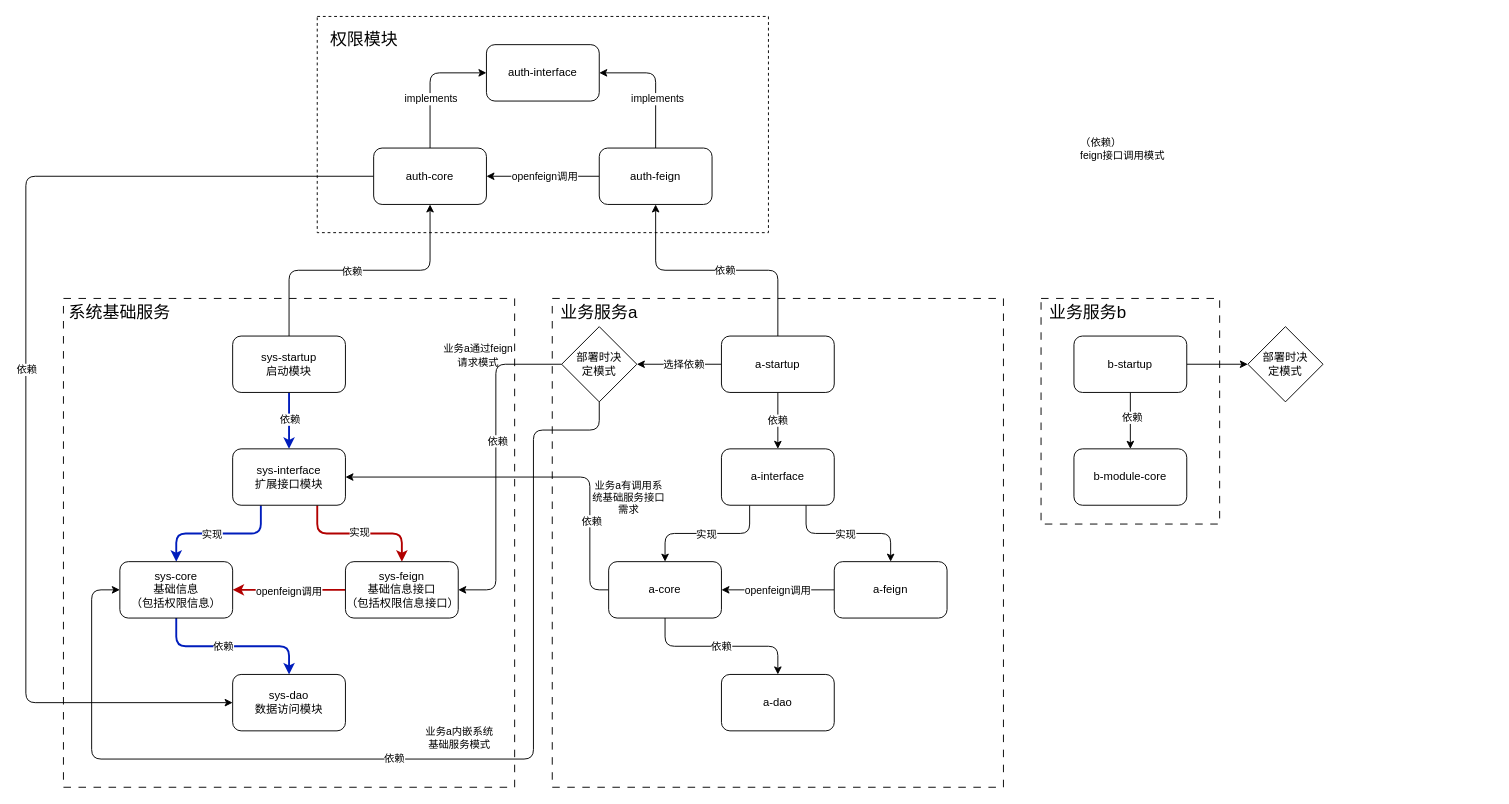
Above: 服务模块设计/模块设计图.drawio in codeyunze/drawio (draw.io), before the change. Source tidied: cells renumbered, new cells numbered last; positions are measured from the earlier drawing's top-left corner, leaving out a move shared by most shapes. Both pictures are drawn from the tidied source at 94%, with x=0, y=0 at pixel (25, 16).
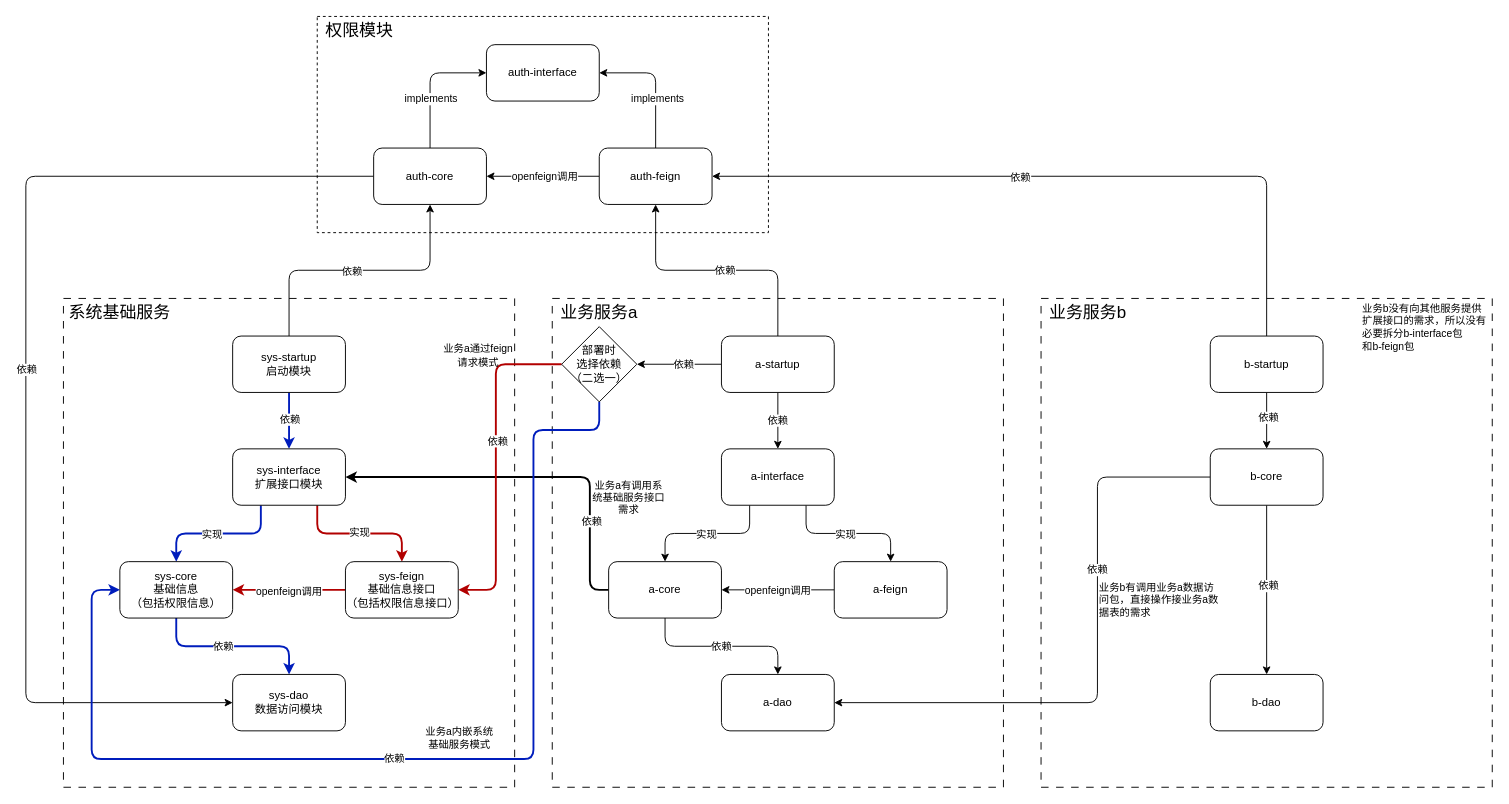
After the change.

Commit message (it also covers changes not shown here):
更新模块设计图.drawio

Unchanged cells that the change refers to:
```xml
<mxCell id="16" value="&lt;span style=&quot;background-color: transparent; color: light-dark(rgb(0, 0, 0), rgb(255, 255, 255));&quot;&gt;auth-feign&lt;/span&gt;" style="rounded=1;whiteSpace=wrap;html=1;" parent="1" vertex="1">
  <mxGeometry x="610" y="140" width="120" height="60" as="geometry" />
</mxCell>
<mxCell id="25" style="edgeStyle=orthogonalEdgeStyle;rounded=0;jettySize=auto;html=1;exitX=0;exitY=0.5;exitDx=0;exitDy=0;entryX=1;entryY=0.5;entryDx=0;entryDy=0;" parent="1" edge="1" source="27" target="70">
  <mxGeometry relative="1" as="geometry" />
</mxCell>
<mxCell id="32" value="sys&lt;span style=&quot;background-color: transparent; color: light-dark(rgb(0, 0, 0), rgb(255, 255, 255));&quot;&gt;-interface&lt;/span&gt;&lt;div&gt;扩展接口模块&lt;/div&gt;" style="rounded=1;whiteSpace=wrap;html=1;" parent="1" vertex="1">
  <mxGeometry x="220" y="460" width="120" height="60" as="geometry" />
</mxCell>
<mxCell id="38" value="&lt;span style=&quot;background-color: transparent; color: light-dark(rgb(0, 0, 0), rgb(255, 255, 255));&quot;&gt;a-core&lt;/span&gt;" style="rounded=1;whiteSpace=wrap;html=1;" parent="1" vertex="1">
  <mxGeometry x="620" y="580" width="120" height="60" as="geometry" />
</mxCell>
<mxCell id="59" value="sys&lt;span style=&quot;color: light-dark(rgb(0, 0, 0), rgb(255, 255, 255)); background-color: transparent;&quot;&gt;-core&lt;br&gt;&lt;/span&gt;&lt;span style=&quot;color: light-dark(rgb(0, 0, 0), rgb(255, 255, 255)); background-color: transparent;&quot;&gt;基础信息&lt;/span&gt;&lt;div&gt;&lt;span style=&quot;color: light-dark(rgb(0, 0, 0), rgb(255, 255, 255)); background-color: transparent;&quot;&gt;（包括权限信息）&lt;/span&gt;&lt;/div&gt;" style="rounded=1;whiteSpace=wrap;html=1;" parent="1" vertex="1">
  <mxGeometry x="100" y="580" width="120" height="60" as="geometry" />
</mxCell>
<mxCell id="62" value="sys&lt;span style=&quot;color: light-dark(rgb(0, 0, 0), rgb(255, 255, 255)); background-color: transparent;&quot;&gt;-feign&lt;br&gt;&lt;/span&gt;&lt;span style=&quot;color: light-dark(rgb(0, 0, 0), rgb(255, 255, 255)); background-color: transparent;&quot;&gt;基础信息接口&lt;/span&gt;&lt;div&gt;&lt;span style=&quot;color: light-dark(rgb(0, 0, 0), rgb(255, 255, 255)); background-color: transparent;&quot;&gt;（包括权限信息接口）&lt;/span&gt;&lt;/div&gt;" style="rounded=1;whiteSpace=wrap;html=1;" parent="1" vertex="1">
  <mxGeometry x="340" y="580" width="120" height="60" as="geometry" />
</mxCell>
<mxCell id="64" value="&lt;span style=&quot;background-color: transparent; color: light-dark(rgb(0, 0, 0), rgb(255, 255, 255));&quot;&gt;a-dao&lt;/span&gt;" style="rounded=1;whiteSpace=wrap;html=1;" parent="1" vertex="1">
  <mxGeometry x="740" y="700" width="120" height="60" as="geometry" />
</mxCell>
```

Diff of the diagram source:
```diff
@@
+    <mxCell id="73" style="rounded=0;whiteSpace=wrap;html=1;dashed=1;dashPattern=8 8;" parent="1" vertex="1">
+      <mxGeometry x="1080" y="300" width="480" height="520" as="geometry" />
+    </mxCell>
@@
-    <mxCell id="3" style="rounded=0;whiteSpace=wrap;html=1;dashed=1;dashPattern=8 8;" parent="1" vertex="1">
-      <mxGeometry x="1080" y="300" width="190" height="240" as="geometry" />
-    </mxCell>
@@
-    <mxCell id="26" value="选择依赖" style="edgeLabel;html=1;align=center;verticalAlign=middle;" parent="25" vertex="1">
+    <mxCell id="26" value="依赖" style="edgeLabel;html=1;align=center;verticalAlign=middle;" parent="25" vertex="1">
       <mxGeometry x="-0.09" y="-1" relative="1" as="geometry" />
     </mxCell>
@@
-    <mxCell id="35" style="edgeStyle=orthogonalEdgeStyle;rounded=1;jettySize=auto;html=1;exitX=0;exitY=0.5;exitDx=0;exitDy=0;entryX=1;entryY=0.5;entryDx=0;entryDy=0;curved=0;" parent="1" edge="1" source="38" target="32">
+    <mxCell id="35" style="edgeStyle=orthogonalEdgeStyle;rounded=1;jettySize=auto;html=1;exitX=0;exitY=0.5;exitDx=0;exitDy=0;entryX=1;entryY=0.5;entryDx=0;entryDy=0;curved=0;strokeWidth=2;" parent="1" edge="1" source="38" target="32">
       <mxGeometry relative="1" as="geometry">
         <Array as="points">
           <mxPoint x="600" y="610" />
           <mxPoint x="600" y="490" />
         </Array>
       </mxGeometry>
     </mxCell>
@@
+    <mxCell id="74" style="edgeStyle=orthogonalEdgeStyle;rounded=1;jettySize=auto;html=1;exitX=0.5;exitY=0;exitDx=0;exitDy=0;entryX=1;entryY=0.5;entryDx=0;entryDy=0;curved=0;" parent="1" edge="1" source="50" target="16">
+      <mxGeometry relative="1" as="geometry" />
+    </mxCell>
+    <mxCell id="75" value="依赖" style="edgeLabel;html=1;align=center;verticalAlign=middle;" parent="74" vertex="1">
+      <mxGeometry x="0.14" y="1" relative="1" as="geometry" />
+    </mxCell>
-    <mxCell id="47" style="edgeStyle=orthogonalEdgeStyle;rounded=0;jettySize=auto;html=1;exitX=0.5;exitY=1;exitDx=0;exitDy=0;entryX=0.5;entryY=0;entryDx=0;entryDy=0;" parent="1" edge="1" source="50" target="55">
+    <mxCell id="47" style="edgeStyle=orthogonalEdgeStyle;rounded=0;jettySize=auto;html=1;exitX=0.5;exitY=1;exitDx=0;exitDy=0;" parent="1" edge="1" source="50" target="55">
       <mxGeometry relative="1" as="geometry" />
     </mxCell>
-    <mxCell id="48" value="依赖" style="edgeLabel;html=1;align=center;verticalAlign=middle;" parent="47" vertex="1">
-      <mxGeometry x="-0.13" y="1" relative="1" as="geometry" />
-    </mxCell>
-    <mxCell id="49" style="edgeStyle=orthogonalEdgeStyle;rounded=0;jettySize=auto;html=1;exitX=1;exitY=0.5;exitDx=0;exitDy=0;entryX=0;entryY=0.5;entryDx=0;entryDy=0;" parent="1" edge="1" source="50" target="51">
-      <mxGeometry relative="1" as="geometry" />
-    </mxCell>
+    <mxCell id="76" value="依赖" style="edgeLabel;html=1;align=center;verticalAlign=middle;" parent="47" vertex="1">
+      <mxGeometry x="-0.13" y="1" relative="1" as="geometry" />
+    </mxCell>
     <mxCell id="50" value="&lt;span style=&quot;background-color: transparent; color: light-dark(rgb(0, 0, 0), rgb(255, 255, 255));&quot;&gt;b-startup&lt;/span&gt;" style="rounded=1;whiteSpace=wrap;html=1;" parent="1" vertex="1">
-      <mxGeometry x="1115" y="340" width="120" height="60" as="geometry" />
+      <mxGeometry x="1260" y="340" width="120" height="60" as="geometry" />
     </mxCell>
-    <mxCell id="51" value="部署时决&lt;div&gt;定模式&lt;/div&gt;" style="rhombus;whiteSpace=wrap;html=1;" parent="1" vertex="1">
-      <mxGeometry x="1300" y="330" width="80" height="80" as="geometry" />
-    </mxCell>
     <mxCell id="52" value="&lt;font style=&quot;font-size: 18px;&quot;&gt;权限模块&lt;/font&gt;" style="text;html=1;align=center;verticalAlign=middle;whiteSpace=wrap;rounded=0;" parent="1" vertex="1">
-      <mxGeometry x="320" y="10" width="80" height="30" as="geometry" />
+      <mxGeometry x="310" width="90" height="30" as="geometry" />
     </mxCell>
@@
+    <mxCell id="77" style="edgeStyle=orthogonalEdgeStyle;rounded=1;jettySize=auto;html=1;exitX=0;exitY=0.5;exitDx=0;exitDy=0;entryX=1;entryY=0.5;entryDx=0;entryDy=0;curved=0;" parent="1" edge="1" source="55" target="64">
+      <mxGeometry relative="1" as="geometry">
+        <Array as="points">
+          <mxPoint x="1140" y="490" />
+          <mxPoint x="1140" y="730" />
+        </Array>
+      </mxGeometry>
+    </mxCell>
+    <mxCell id="78" value="依赖" style="edgeLabel;html=1;align=center;verticalAlign=middle;" parent="77" vertex="1">
+      <mxGeometry x="-0.32" y="-1" relative="1" as="geometry" />
+    </mxCell>
+    <mxCell id="79" style="edgeStyle=orthogonalEdgeStyle;rounded=0;jettySize=auto;html=1;exitX=0.5;exitY=1;exitDx=0;exitDy=0;entryX=0.5;entryY=0;entryDx=0;entryDy=0;" parent="1" edge="1" source="55" target="81">
+      <mxGeometry relative="1" as="geometry" />
+    </mxCell>
+    <mxCell id="80" value="依赖" style="edgeLabel;html=1;align=center;verticalAlign=middle;" parent="79" vertex="1">
+      <mxGeometry x="-0.06" y="1" relative="1" as="geometry" />
+    </mxCell>
-    <mxCell id="55" value="&lt;span style=&quot;background-color: transparent; color: light-dark(rgb(0, 0, 0), rgb(255, 255, 255));&quot;&gt;b-module-core&lt;/span&gt;" style="rounded=1;whiteSpace=wrap;html=1;" parent="1" vertex="1">
-      <mxGeometry x="1115" y="460" width="120" height="60" as="geometry" />
+    <mxCell id="55" value="&lt;span style=&quot;background-color: transparent; color: light-dark(rgb(0, 0, 0), rgb(255, 255, 255));&quot;&gt;b-core&lt;/span&gt;" style="rounded=1;whiteSpace=wrap;html=1;" parent="1" vertex="1">
+      <mxGeometry x="1260" y="460" width="120" height="60" as="geometry" />
     </mxCell>
@@
-    <mxCell id="65" value="&lt;span style=&quot;color: rgb(0, 0, 0); font-family: Helvetica; font-size: 11px; font-style: normal; font-variant-ligatures: normal; font-variant-caps: normal; font-weight: 400; letter-spacing: normal; orphans: 2; text-align: center; text-indent: 0px; text-transform: none; widows: 2; word-spacing: 0px; -webkit-text-stroke-width: 0px; white-space: nowrap; background-color: rgb(255, 255, 255); text-decoration-thickness: initial; text-decoration-style: initial; text-decoration-color: initial; display: inline !important; float: none;&quot;&gt;（依赖）&lt;/span&gt;&lt;br style=&quot;forced-color-adjust: none; color: rgb(0, 0, 0); font-family: Helvetica; font-size: 11px; font-style: normal; font-variant-ligatures: normal; font-variant-caps: normal; font-weight: 400; letter-spacing: normal; orphans: 2; text-align: center; text-indent: 0px; text-transform: none; widows: 2; word-spacing: 0px; -webkit-text-stroke-width: 0px; white-space: nowrap; text-decoration-thickness: initial; text-decoration-style: initial; text-decoration-color: initial;&quot;&gt;&lt;span style=&quot;color: rgb(0, 0, 0); font-family: Helvetica; font-size: 11px; font-style: normal; font-variant-ligatures: normal; font-variant-caps: normal; font-weight: 400; letter-spacing: normal; orphans: 2; text-align: center; text-indent: 0px; text-transform: none; widows: 2; word-spacing: 0px; -webkit-text-stroke-width: 0px; white-space: nowrap; background-color: rgb(255, 255, 255); text-decoration-thickness: initial; text-decoration-style: initial; text-decoration-color: initial; display: inline !important; float: none;&quot;&gt;feign接口调用模式&lt;/span&gt;" style="text;whiteSpace=wrap;html=1;" parent="1" vertex="1">
-      <mxGeometry x="1120" y="120" width="120" height="50" as="geometry" />
-    </mxCell>
-    <mxCell id="66" style="edgeStyle=orthogonalEdgeStyle;rounded=1;jettySize=auto;html=1;exitX=0;exitY=0.5;exitDx=0;exitDy=0;entryX=1;entryY=0.5;entryDx=0;entryDy=0;curved=0;" parent="1" edge="1" source="70" target="62">
+    <mxCell id="66" style="edgeStyle=orthogonalEdgeStyle;rounded=1;jettySize=auto;html=1;exitX=0;exitY=0.5;exitDx=0;exitDy=0;entryX=1;entryY=0.5;entryDx=0;entryDy=0;curved=0;fillColor=#e51400;strokeColor=#B20000;strokeWidth=2;" parent="1" edge="1" source="70" target="62">
       <mxGeometry relative="1" as="geometry">
         <Array as="points">
           <mxPoint x="500" y="370" />
           <mxPoint x="500" y="610" />
         </Array>
       </mxGeometry>
     </mxCell>
@@
-    <mxCell id="68" style="edgeStyle=orthogonalEdgeStyle;rounded=1;jettySize=auto;html=1;exitX=0.5;exitY=1;exitDx=0;exitDy=0;entryX=0;entryY=0.5;entryDx=0;entryDy=0;curved=0;" parent="1" edge="1" source="70" target="59">
+    <mxCell id="68" style="edgeStyle=orthogonalEdgeStyle;rounded=1;jettySize=auto;html=1;exitX=0.5;exitY=1;exitDx=0;exitDy=0;entryX=0;entryY=0.5;entryDx=0;entryDy=0;curved=0;strokeWidth=2;fillColor=#0050ef;strokeColor=#001DBC;" parent="1" edge="1" source="70" target="59">
       <mxGeometry relative="1" as="geometry">
         <Array as="points">
           <mxPoint x="610" y="440" />
           <mxPoint x="540" y="440" />
           <mxPoint x="540" y="790" />
           <mxPoint x="70" y="790" />
           <mxPoint x="70" y="610" />
         </Array>
       </mxGeometry>
     </mxCell>
@@
-    <mxCell id="70" value="部署时决&lt;div&gt;定模式&lt;/div&gt;" style="rhombus;whiteSpace=wrap;html=1;" parent="1" vertex="1">
+    <mxCell id="70" value="部署时&lt;div&gt;选择&lt;span style=&quot;background-color: transparent; color: light-dark(rgb(0, 0, 0), rgb(255, 255, 255));&quot;&gt;依赖&lt;/span&gt;&lt;/div&gt;&lt;div&gt;&lt;span style=&quot;background-color: transparent; color: light-dark(rgb(0, 0, 0), rgb(255, 255, 255));&quot;&gt;（二选一）&lt;/span&gt;&lt;/div&gt;" style="rhombus;whiteSpace=wrap;html=1;" parent="1" vertex="1">
       <mxGeometry x="570" y="330" width="80" height="80" as="geometry" />
     </mxCell>
@@
+    <mxCell id="81" value="&lt;span style=&quot;background-color: transparent; color: light-dark(rgb(0, 0, 0), rgb(255, 255, 255));&quot;&gt;b-dao&lt;/span&gt;" style="rounded=1;whiteSpace=wrap;html=1;" parent="1" vertex="1">
+      <mxGeometry x="1260" y="700" width="120" height="60" as="geometry" />
+    </mxCell>
+    <mxCell id="82" value="&lt;div&gt;业务b没有向其他&lt;span style=&quot;background-color: transparent; color: light-dark(rgb(0, 0, 0), rgb(255, 255, 255));&quot;&gt;服务提供&lt;/span&gt;&lt;/div&gt;&lt;div&gt;&lt;span style=&quot;background-color: transparent; color: light-dark(rgb(0, 0, 0), rgb(255, 255, 255));&quot;&gt;扩展接口&lt;/span&gt;&lt;span style=&quot;background-color: transparent; color: light-dark(rgb(0, 0, 0), rgb(255, 255, 255));&quot;&gt;的&lt;/span&gt;&lt;span style=&quot;background-color: transparent; color: light-dark(rgb(0, 0, 0), rgb(255, 255, 255));&quot;&gt;需求，所以没有&lt;/span&gt;&lt;/div&gt;&lt;div&gt;&lt;span style=&quot;background-color: transparent; color: light-dark(rgb(0, 0, 0), rgb(255, 255, 255));&quot;&gt;必要拆分b-interface包&lt;/span&gt;&lt;/div&gt;&lt;div&gt;&lt;span style=&quot;background-color: transparent; color: light-dark(rgb(0, 0, 0), rgb(255, 255, 255));&quot;&gt;和b-feign包&lt;/span&gt;&lt;/div&gt;" style="edgeLabel;html=1;align=left;verticalAlign=middle;labelBackgroundColor=none;" parent="1" vertex="1">
+      <mxGeometry x="1420" y="330" as="geometry" />
+    </mxCell>
+    <mxCell id="83" value="业务b有调用业务a&lt;span style=&quot;background-color: transparent; color: light-dark(rgb(0, 0, 0), rgb(255, 255, 255));&quot;&gt;数据访&lt;/span&gt;&lt;div&gt;&lt;span style=&quot;background-color: transparent; color: light-dark(rgb(0, 0, 0), rgb(255, 255, 255));&quot;&gt;问包，直接操作接业务a数&lt;/span&gt;&lt;/div&gt;&lt;div&gt;&lt;span style=&quot;background-color: transparent; color: light-dark(rgb(0, 0, 0), rgb(255, 255, 255));&quot;&gt;据表的&lt;/span&gt;&lt;span style=&quot;background-color: transparent; color: light-dark(rgb(0, 0, 0), rgb(255, 255, 255));&quot;&gt;需求&lt;/span&gt;&lt;/div&gt;" style="edgeLabel;html=1;align=left;verticalAlign=middle;labelBackgroundColor=none;" parent="1" vertex="1">
+      <mxGeometry x="1140" y="620" as="geometry" />
+    </mxCell>
```
